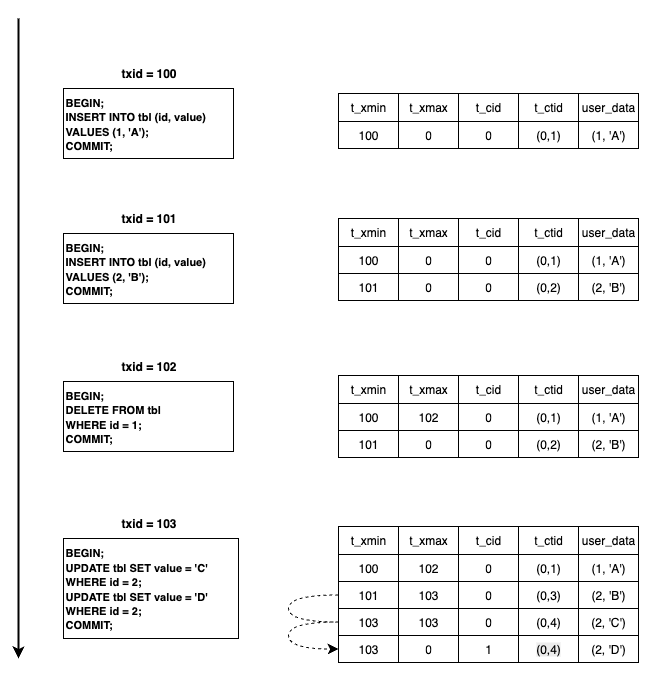
Above: static/img/postgresql-vacuum/postgres-data-flow.png in longxiaofei/longxiaofei.github.io (draw.io), before the change. Source tidied: cells renumbered, new cells last; positions are measured from the earlier drawing's top-left corner, leaving out a move shared by most shapes.
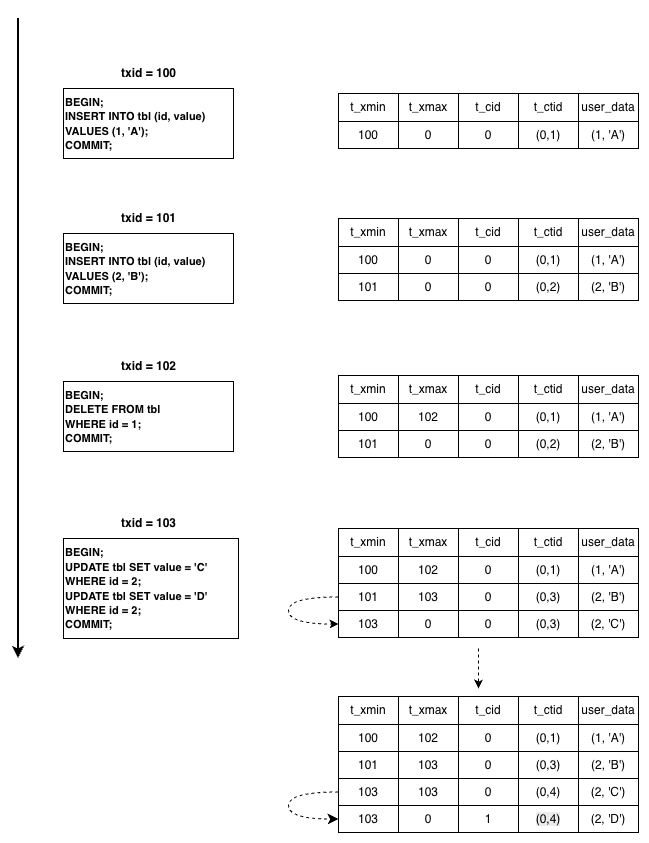
Later version of the same file.

Change to the diagram source:
```diff
@@ -186,7 +186,7 @@
       <mxGeometry x="240" width="60" height="27" as="geometry" />
     </mxCell>
     <mxCell id="62" style="shape=table;startSize=0;" parent="1" vertex="1">
-      <mxGeometry x="320" y="508" width="300" height="136" as="geometry" />
+      <mxGeometry x="320" y="510" width="300" height="109" as="geometry" />
     </mxCell>
     <mxCell id="63" style="shape=tableRow;horizontal=0;startSize=0;swimlaneHead=0;swimlaneBody=0;strokeColor=inherit;top=0;left=0;bottom=0;right=0;fillColor=none;" parent="62" vertex="1">
       <mxGeometry width="300" height="28" as="geometry" />
@@ -248,24 +248,107 @@
     <mxCell id="82" value="103" style="shape=partialRectangle;html=1;whiteSpace=wrap;strokeColor=inherit;overflow=hidden;fillColor=none;top=0;left=0;bottom=0;right=0;" parent="81" vertex="1">
       <mxGeometry width="60" height="27" as="geometry" />
     </mxCell>
-    <mxCell id="83" value="103" style="shape=partialRectangle;html=1;whiteSpace=wrap;strokeColor=inherit;overflow=hidden;fillColor=none;top=0;left=0;bottom=0;right=0;" parent="81" vertex="1">
+    <mxCell id="83" value="0" style="shape=partialRectangle;html=1;whiteSpace=wrap;strokeColor=inherit;overflow=hidden;fillColor=none;top=0;left=0;bottom=0;right=0;" parent="81" vertex="1">
       <mxGeometry x="60" width="60" height="27" as="geometry" />
     </mxCell>
     <mxCell id="84" value="0" style="shape=partialRectangle;html=1;whiteSpace=wrap;strokeColor=inherit;overflow=hidden;fillColor=none;top=0;left=0;bottom=0;right=0;" parent="81" vertex="1">
       <mxGeometry x="120" width="60" height="27" as="geometry" />
     </mxCell>
-    <mxCell id="85" value="(0,4)" style="shape=partialRectangle;html=1;whiteSpace=wrap;strokeColor=inherit;overflow=hidden;fillColor=none;top=0;left=0;bottom=0;right=0;" parent="81" vertex="1">
+    <mxCell id="85" value="(0,3)" style="shape=partialRectangle;html=1;whiteSpace=wrap;strokeColor=inherit;overflow=hidden;fillColor=none;top=0;left=0;bottom=0;right=0;" parent="81" vertex="1">
       <mxGeometry x="180" width="60" height="27" as="geometry" />
     </mxCell>
     <mxCell id="86" value="(2, 'C')" style="shape=partialRectangle;html=1;whiteSpace=wrap;strokeColor=inherit;overflow=hidden;fillColor=none;top=0;left=0;bottom=0;right=0;" parent="81" vertex="1">
       <mxGeometry x="240" width="60" height="27" as="geometry" />
     </mxCell>
+    <mxCell id="93" style="edgeStyle=orthogonalEdgeStyle;endArrow=classic;html=1;curved=1;rounded=0;sourcePerimeterSpacing=0;targetPerimeterSpacing=0;entryX=0;entryY=0.5;entryDx=0;entryDy=0;exitX=0;exitY=0.5;exitDx=0;exitDy=0;endFill=1;dashed=1;" parent="62" edge="1" source="75" target="81">
+      <mxGeometry relative="1" as="geometry">
+        <Array as="points">
+          <mxPoint x="-50" y="69" />
+          <mxPoint x="-50" y="96" />
+        </Array>
+      </mxGeometry>
+    </mxCell>
+    <mxCell id="95" style="shape=table;startSize=0;" parent="1" vertex="1">
+      <mxGeometry x="320" y="678" width="300" height="136" as="geometry" />
+    </mxCell>
+    <mxCell id="96" style="shape=tableRow;horizontal=0;startSize=0;swimlaneHead=0;swimlaneBody=0;strokeColor=inherit;top=0;left=0;bottom=0;right=0;fillColor=none;" parent="95" vertex="1">
+      <mxGeometry width="300" height="28" as="geometry" />
+    </mxCell>
+    <mxCell id="97" value="t_xmin" style="shape=partialRectangle;html=1;whiteSpace=wrap;strokeColor=inherit;overflow=hidden;fillColor=none;top=0;left=0;bottom=0;right=0;" parent="96" vertex="1">
+      <mxGeometry width="60" height="28" as="geometry" />
+    </mxCell>
+    <mxCell id="98" value="t_xmax" style="shape=partialRectangle;html=1;whiteSpace=wrap;strokeColor=inherit;overflow=hidden;fillColor=none;top=0;left=0;bottom=0;right=0;" parent="96" vertex="1">
+      <mxGeometry x="60" width="60" height="28" as="geometry" />
+    </mxCell>
+    <mxCell id="99" value="t_cid" style="shape=partialRectangle;html=1;whiteSpace=wrap;strokeColor=inherit;overflow=hidden;fillColor=none;top=0;left=0;bottom=0;right=0;" parent="96" vertex="1">
+      <mxGeometry x="120" width="60" height="28" as="geometry" />
+    </mxCell>
+    <mxCell id="100" value="t_ctid" style="shape=partialRectangle;html=1;whiteSpace=wrap;strokeColor=inherit;overflow=hidden;fillColor=none;top=0;left=0;bottom=0;right=0;" parent="96" vertex="1">
+      <mxGeometry x="180" width="60" height="28" as="geometry" />
+    </mxCell>
+    <mxCell id="101" value="user_data" style="shape=partialRectangle;html=1;whiteSpace=wrap;strokeColor=inherit;overflow=hidden;fillColor=none;top=0;left=0;bottom=0;right=0;" parent="96" vertex="1">
+      <mxGeometry x="240" width="60" height="28" as="geometry" />
+    </mxCell>
+    <mxCell id="102" style="shape=tableRow;horizontal=0;startSize=0;swimlaneHead=0;swimlaneBody=0;strokeColor=inherit;top=0;left=0;bottom=0;right=0;fillColor=none;" parent="95" vertex="1">
+      <mxGeometry y="28" width="300" height="27" as="geometry" />
+    </mxCell>
+    <mxCell id="103" value="100" style="shape=partialRectangle;html=1;whiteSpace=wrap;strokeColor=inherit;overflow=hidden;fillColor=none;top=0;left=0;bottom=0;right=0;" parent="102" vertex="1">
+      <mxGeometry width="60" height="27" as="geometry" />
+    </mxCell>
+    <mxCell id="104" value="102" style="shape=partialRectangle;html=1;whiteSpace=wrap;strokeColor=inherit;overflow=hidden;fillColor=none;top=0;left=0;bottom=0;right=0;" parent="102" vertex="1">
+      <mxGeometry x="60" width="60" height="27" as="geometry" />
+    </mxCell>
+    <mxCell id="105" value="0" style="shape=partialRectangle;html=1;whiteSpace=wrap;strokeColor=inherit;overflow=hidden;fillColor=none;top=0;left=0;bottom=0;right=0;" parent="102" vertex="1">
+      <mxGeometry x="120" width="60" height="27" as="geometry" />
+    </mxCell>
+    <mxCell id="106" value="(0,1)" style="shape=partialRectangle;html=1;whiteSpace=wrap;strokeColor=inherit;overflow=hidden;fillColor=none;top=0;left=0;bottom=0;right=0;" parent="102" vertex="1">
+      <mxGeometry x="180" width="60" height="27" as="geometry" />
+    </mxCell>
+    <mxCell id="107" value="(1, 'A')" style="shape=partialRectangle;html=1;whiteSpace=wrap;strokeColor=inherit;overflow=hidden;fillColor=none;top=0;left=0;bottom=0;right=0;" parent="102" vertex="1">
+      <mxGeometry x="240" width="60" height="27" as="geometry" />
+    </mxCell>
+    <mxCell id="108" style="shape=tableRow;horizontal=0;startSize=0;swimlaneHead=0;swimlaneBody=0;strokeColor=inherit;top=0;left=0;bottom=0;right=0;fillColor=none;" parent="95" vertex="1">
+      <mxGeometry y="55" width="300" height="27" as="geometry" />
+    </mxCell>
+    <mxCell id="109" value="101" style="shape=partialRectangle;html=1;whiteSpace=wrap;strokeColor=inherit;overflow=hidden;fillColor=none;top=0;left=0;bottom=0;right=0;" parent="108" vertex="1">
+      <mxGeometry width="60" height="27" as="geometry" />
+    </mxCell>
+    <mxCell id="110" value="103" style="shape=partialRectangle;html=1;whiteSpace=wrap;strokeColor=inherit;overflow=hidden;fillColor=none;top=0;left=0;bottom=0;right=0;" parent="108" vertex="1">
+      <mxGeometry x="60" width="60" height="27" as="geometry" />
+    </mxCell>
+    <mxCell id="111" value="0" style="shape=partialRectangle;html=1;whiteSpace=wrap;strokeColor=inherit;overflow=hidden;fillColor=none;top=0;left=0;bottom=0;right=0;" parent="108" vertex="1">
+      <mxGeometry x="120" width="60" height="27" as="geometry" />
+    </mxCell>
+    <mxCell id="112" value="(0,3)" style="shape=partialRectangle;html=1;whiteSpace=wrap;strokeColor=inherit;overflow=hidden;fillColor=none;top=0;left=0;bottom=0;right=0;" parent="108" vertex="1">
+      <mxGeometry x="180" width="60" height="27" as="geometry" />
+    </mxCell>
+    <mxCell id="113" value="(2, 'B')" style="shape=partialRectangle;html=1;whiteSpace=wrap;strokeColor=inherit;overflow=hidden;fillColor=none;top=0;left=0;bottom=0;right=0;" parent="108" vertex="1">
+      <mxGeometry x="240" width="60" height="27" as="geometry" />
+    </mxCell>
+    <mxCell id="114" style="shape=tableRow;horizontal=0;startSize=0;swimlaneHead=0;swimlaneBody=0;strokeColor=inherit;top=0;left=0;bottom=0;right=0;fillColor=none;points=[[0,0.5],[1,0.5]];portConstraint=eastwest;" parent="95" vertex="1">
+      <mxGeometry y="82" width="300" height="27" as="geometry" />
+    </mxCell>
+    <mxCell id="115" value="103" style="shape=partialRectangle;html=1;whiteSpace=wrap;strokeColor=inherit;overflow=hidden;fillColor=none;top=0;left=0;bottom=0;right=0;" parent="114" vertex="1">
+      <mxGeometry width="60" height="27" as="geometry" />
+    </mxCell>
+    <mxCell id="116" value="103" style="shape=partialRectangle;html=1;whiteSpace=wrap;strokeColor=inherit;overflow=hidden;fillColor=none;top=0;left=0;bottom=0;right=0;" parent="114" vertex="1">
+      <mxGeometry x="60" width="60" height="27" as="geometry" />
+    </mxCell>
+    <mxCell id="117" value="0" style="shape=partialRectangle;html=1;whiteSpace=wrap;strokeColor=inherit;overflow=hidden;fillColor=none;top=0;left=0;bottom=0;right=0;" parent="114" vertex="1">
+      <mxGeometry x="120" width="60" height="27" as="geometry" />
+    </mxCell>
+    <mxCell id="118" value="(0,4)" style="shape=partialRectangle;html=1;whiteSpace=wrap;strokeColor=inherit;overflow=hidden;fillColor=none;top=0;left=0;bottom=0;right=0;" parent="114" vertex="1">
+      <mxGeometry x="180" width="60" height="27" as="geometry" />
+    </mxCell>
+    <mxCell id="119" value="(2, 'C')" style="shape=partialRectangle;html=1;whiteSpace=wrap;strokeColor=inherit;overflow=hidden;fillColor=none;top=0;left=0;bottom=0;right=0;" parent="114" vertex="1">
+      <mxGeometry x="240" width="60" height="27" as="geometry" />
+    </mxCell>
-    <mxCell id="87" style="shape=tableRow;horizontal=0;startSize=0;swimlaneHead=0;swimlaneBody=0;strokeColor=inherit;top=0;left=0;bottom=0;right=0;fillColor=none;points=[[0,0.5],[1,0.5]];portConstraint=eastwest;" parent="62" vertex="1">
+    <mxCell id="87" style="shape=tableRow;horizontal=0;startSize=0;swimlaneHead=0;swimlaneBody=0;strokeColor=inherit;top=0;left=0;bottom=0;right=0;fillColor=none;points=[[0,0.5],[1,0.5]];portConstraint=eastwest;" parent="95" vertex="1">
       <mxGeometry y="109" width="300" height="27" as="geometry" />
     </mxCell>
-    <mxCell id="88" value="103" style="shape=partialRectangle;html=1;whiteSpace=wrap;strokeColor=inherit;overflow=hidden;fillColor=none;top=0;left=0;bottom=0;right=0;" parent="87" vertex="1">
-      <mxGeometry width="60" height="27" as="geometry" />
-    </mxCell>
+    <mxCell id="120" value="103" style="shape=partialRectangle;html=1;whiteSpace=wrap;strokeColor=inherit;overflow=hidden;fillColor=none;top=0;left=0;bottom=0;right=0;" parent="87" vertex="1">
+      <mxGeometry width="60" height="27" as="geometry" />
+    </mxCell>
     <mxCell id="89" value="0" style="shape=partialRectangle;html=1;whiteSpace=wrap;strokeColor=inherit;overflow=hidden;fillColor=none;top=0;left=0;bottom=0;right=0;" parent="87" vertex="1">
       <mxGeometry x="60" width="60" height="27" as="geometry" />
     </mxCell>
@@ -278,21 +361,19 @@
     <mxCell id="92" value="(2, 'D')" style="shape=partialRectangle;html=1;whiteSpace=wrap;strokeColor=inherit;overflow=hidden;fillColor=none;top=0;left=0;bottom=0;right=0;" parent="87" vertex="1">
       <mxGeometry x="240" width="60" height="27" as="geometry" />
     </mxCell>
-    <mxCell id="93" style="edgeStyle=orthogonalEdgeStyle;endArrow=none;html=1;curved=1;rounded=0;endSize=8;startSize=8;sourcePerimeterSpacing=0;targetPerimeterSpacing=0;entryX=0;entryY=0.5;entryDx=0;entryDy=0;exitX=0;exitY=0.5;exitDx=0;exitDy=0;dashed=1;endFill=0;" parent="62" edge="1" source="75" target="81">
-      <mxGeometry relative="1" as="geometry">
-        <Array as="points">
-          <mxPoint x="-50" y="69" />
-          <mxPoint x="-50" y="96" />
-        </Array>
-      </mxGeometry>
-    </mxCell>
-    <mxCell id="94" style="edgeStyle=orthogonalEdgeStyle;rounded=0;jettySize=auto;html=1;exitX=0;exitY=0.5;exitDx=0;exitDy=0;curved=1;entryX=0;entryY=0.5;entryDx=0;entryDy=0;dashed=1;startSize=8;endSize=8;" parent="62" edge="1" source="81" target="87">
-      <mxGeometry relative="1" as="geometry">
-        <Array as="points">
-          <mxPoint x="-50" y="96" />
-          <mxPoint x="-50" y="123" />
-        </Array>
-      </mxGeometry>
-    </mxCell>
+    <mxCell id="121" style="edgeStyle=orthogonalEdgeStyle;rounded=0;jettySize=auto;html=1;exitX=0;exitY=0.5;exitDx=0;exitDy=0;curved=1;entryX=0;entryY=0.5;entryDx=0;entryDy=0;dashed=1;startSize=8;endSize=8;" parent="95" edge="1" source="114" target="87">
+      <mxGeometry relative="1" as="geometry">
+        <Array as="points">
+          <mxPoint x="-50" y="96" />
+          <mxPoint x="-50" y="123" />
+        </Array>
+      </mxGeometry>
+    </mxCell>
+    <mxCell id="122" style="endArrow=classic;html=1;rounded=0;dashed=1;" parent="1" edge="1">
+      <mxGeometry relative="1" as="geometry">
+        <mxPoint x="460" y="630" as="sourcePoint" />
+        <mxPoint x="460" y="670" as="targetPoint" />
+      </mxGeometry>
+    </mxCell>
   </root>
 </mxGraphModel>
```
